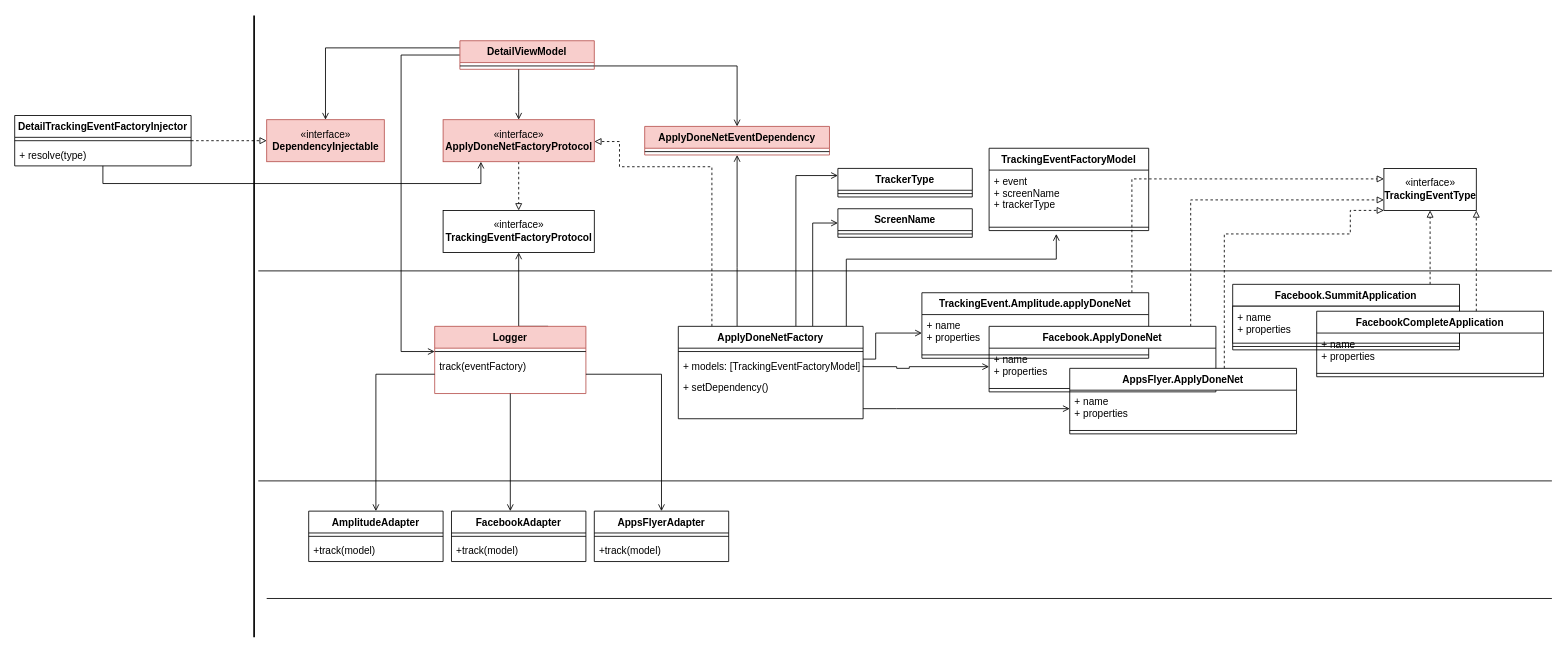
Earlier version of the draw.io diagram page "변경" (2 of 2) of TrackingEvent.drawio (gookhee/diagrams). Source tidied: cells renumbered, new cells numbered last; positions are measured from the earlier drawing's top-left corner, leaving out a move shared by most shapes. Both pictures are drawn from the tidied source at 84%, with x=0, y=0 at pixel (14, 15).
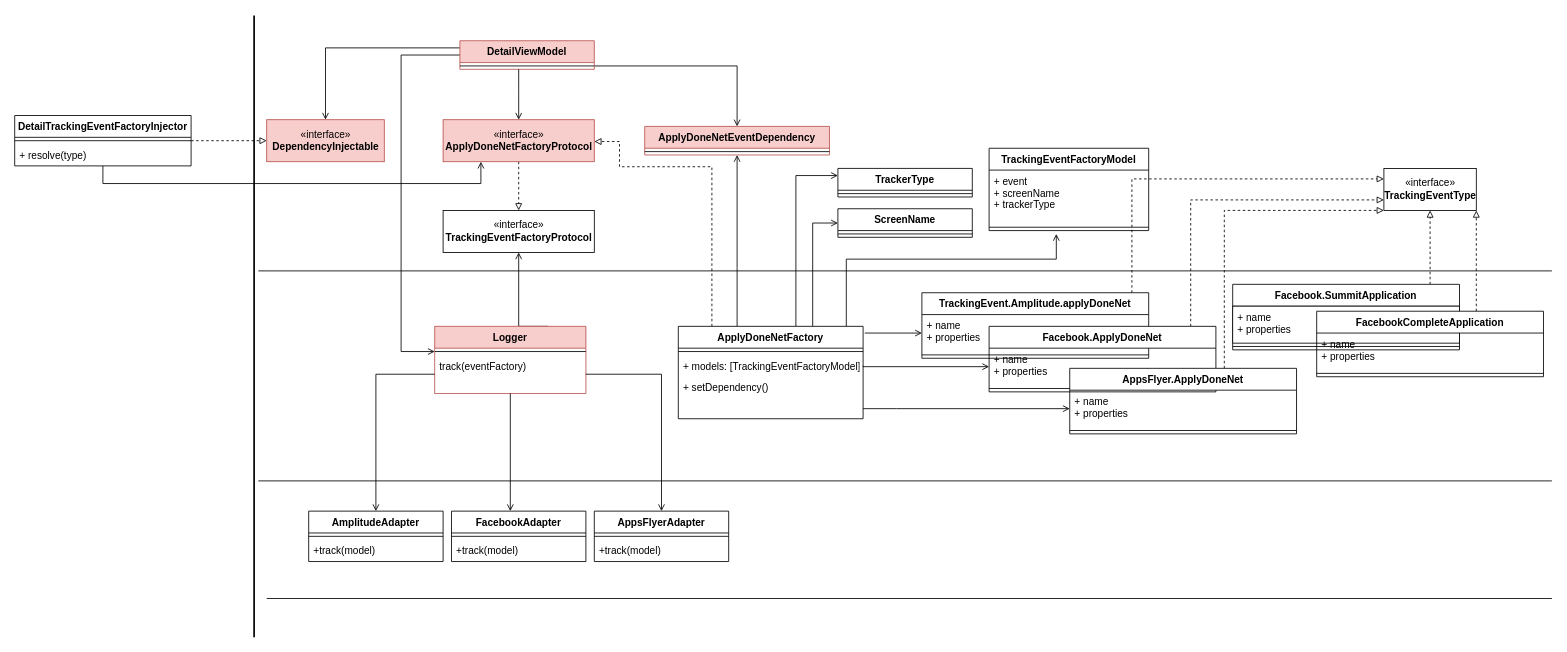
Above is the later version.

The change refers to these unchanged cells:
```xml
<mxCell id="18" value="+ name&#10;+ properties" style="text;strokeColor=none;fillColor=none;align=left;verticalAlign=top;spacingLeft=4;spacingRight=4;overflow=hidden;points=[[0,0.5],[1,0.5]];portConstraint=eastwest;" parent="17" vertex="1">
  <mxGeometry y="26" width="270" height="44" as="geometry" />
</mxCell>
<mxCell id="20" value="«interface»&lt;br&gt;&lt;span style=&quot;font-weight: 700&quot;&gt;TrackingEventType&lt;/span&gt;" style="html=1;fillColor=#FFFFFF;strokeColor=#000000;" parent="1" vertex="1">
  <mxGeometry x="1630" y="182" width="110" height="50" as="geometry" />
</mxCell>
<mxCell id="38" value="+ models: [TrackingEventFactoryModel]" style="text;strokeColor=none;fillColor=none;align=left;verticalAlign=top;spacingLeft=4;spacingRight=4;overflow=hidden;points=[[0,0.5],[1,0.5]];portConstraint=eastwest;" parent="36" vertex="1">
  <mxGeometry y="34" width="220" height="26" as="geometry" />
</mxCell>
<mxCell id="49" value="+ name&#10;+ properties" style="text;strokeColor=none;fillColor=none;align=left;verticalAlign=top;spacingLeft=4;spacingRight=4;overflow=hidden;points=[[0,0.5],[1,0.5]];portConstraint=eastwest;" parent="48" vertex="1">
  <mxGeometry y="26" width="270" height="44" as="geometry" />
</mxCell>
<mxCell id="51" value="AppsFlyer.ApplyDoneNet" style="swimlane;fontStyle=1;align=center;verticalAlign=top;horizontal=1;startSize=26;" parent="1" vertex="1">
  <mxGeometry x="1256" y="420" width="270" height="78" as="geometry" />
</mxCell>
```

Change to the diagram source:
```diff
@@
     <mxCell id="46" style="edgeStyle=orthogonalEdgeStyle;rounded=0;jettySize=auto;html=1;dashed=1;endArrow=block;endFill=0;entryX=0;entryY=1;entryDx=0;entryDy=0;" parent="1" edge="1" source="51" target="20">
       <mxGeometry relative="1" as="geometry">
         <Array as="points">
-          <mxPoint x="1440" y="260" />
-          <mxPoint x="1590" y="260" />
-          <mxPoint x="1590" y="232" />
+          <mxPoint x="1440" y="232" />
         </Array>
       </mxGeometry>
     </mxCell>
@@
-    <mxCell id="54" style="edgeStyle=orthogonalEdgeStyle;rounded=0;jettySize=auto;html=1;entryX=0;entryY=0.5;entryDx=0;entryDy=0;endArrow=open;endFill=0;" parent="1" edge="1" source="38" target="18">
+    <mxCell id="54" style="edgeStyle=orthogonalEdgeStyle;rounded=0;jettySize=auto;html=1;entryX=0;entryY=0.5;entryDx=0;entryDy=0;endArrow=open;endFill=0;" parent="1" edge="1" target="18">
       <mxGeometry relative="1" as="geometry">
+        <mxPoint x="1012" y="378" as="sourcePoint" />
         <Array as="points">
-          <mxPoint x="1025" y="409" />
-          <mxPoint x="1025" y="378" />
+          <mxPoint x="1012" y="378" />
         </Array>
       </mxGeometry>
     </mxCell>
     <mxCell id="55" style="edgeStyle=orthogonalEdgeStyle;rounded=0;jettySize=auto;html=1;endArrow=open;endFill=0;exitX=1;exitY=0.5;exitDx=0;exitDy=0;" parent="1" edge="1" source="38" target="49">
       <mxGeometry relative="1" as="geometry">
         <Array as="points">
-          <mxPoint x="1050" y="418" />
-          <mxPoint x="1050" y="420" />
-          <mxPoint x="1065" y="420" />
-          <mxPoint x="1065" y="418" />
+          <mxPoint x="1010" y="418" />
         </Array>
       </mxGeometry>
     </mxCell>
```
